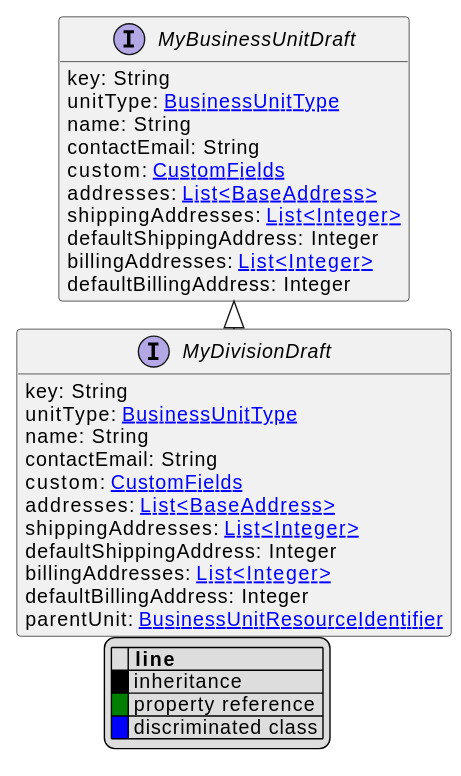
The PlantUML diagram uml/api/svg/MyDivisionDraft.svg in commercetools/commercetools-api-reference, before a commit.
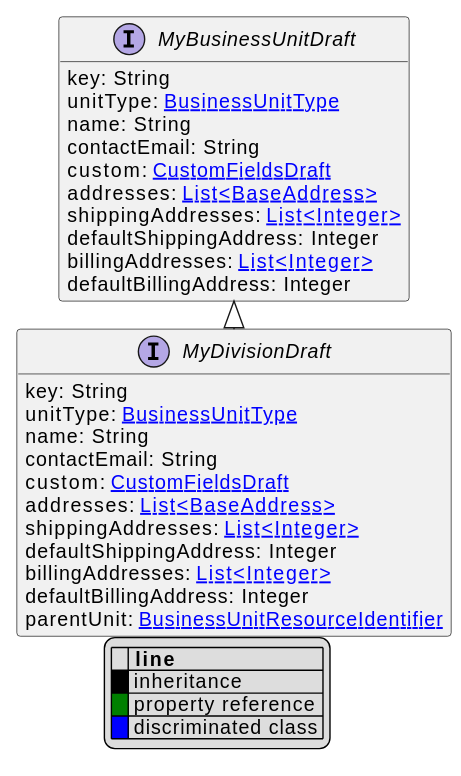
Later version of the same file.

Change to the diagram source:
```diff
@@ -13,7 +13,7 @@
     unitType: [[BusinessUnitType.svg BusinessUnitType]]
     name: String
     contactEmail: String
-    custom: [[CustomFields.svg CustomFields]]
+    custom: [[CustomFieldsDraft.svg CustomFieldsDraft]]
     addresses: [[BaseAddress.svg List<BaseAddress>]]
     shippingAddresses: [[Integer.svg List<Integer>]]
     defaultShippingAddress: Integer
@@ -26,7 +26,7 @@
     unitType: [[BusinessUnitType.svg BusinessUnitType]]
     name: String
     contactEmail: String
-    custom: [[CustomFields.svg CustomFields]]
+    custom: [[CustomFieldsDraft.svg CustomFieldsDraft]]
     addresses: [[BaseAddress.svg List<BaseAddress>]]
     shippingAddresses: [[Integer.svg List<Integer>]]
     defaultShippingAddress: Integer
```
